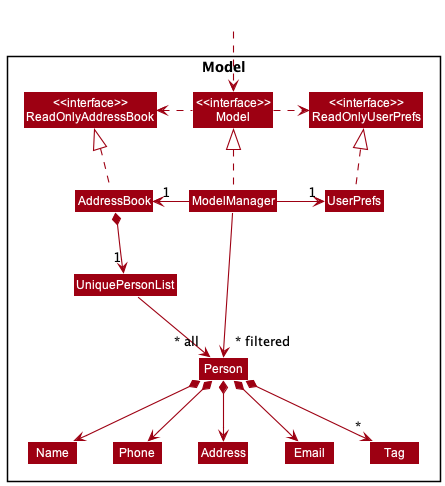
This is docs/images/ModelClassDiagram.png from nus-cs2103-AY2223S1/tp, a PlantUML export, as it was before one commit.
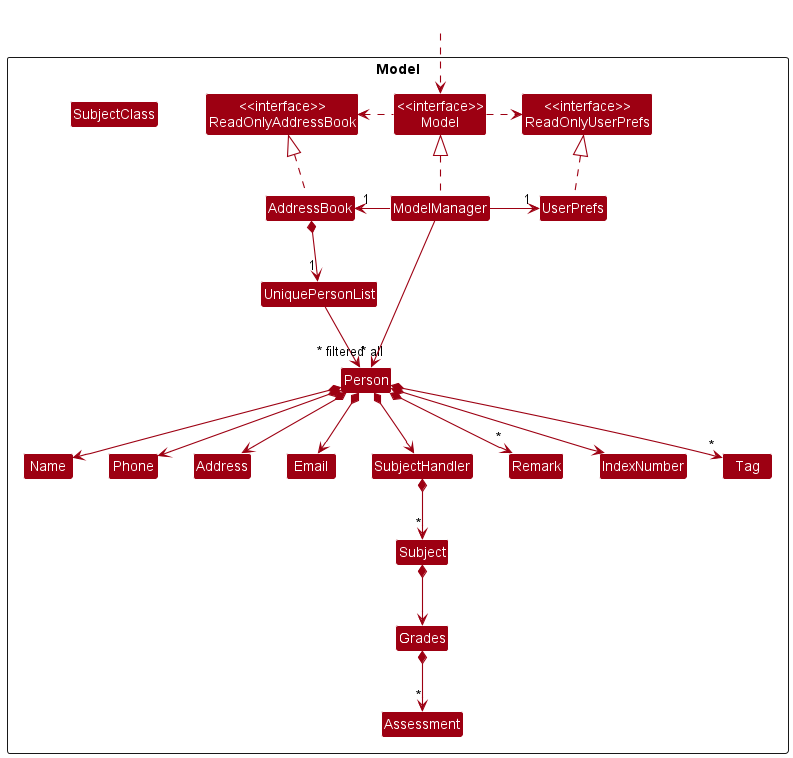
Later version of the same file.

The edit, as a diff of the source:
```diff
@@ -18,6 +18,13 @@
 Class Email
 Class Name
 Class Phone
+Class SubjectClass
+Class SubjectHandler
+Class Subject
+Class Grades
+Class Assessment
+Class Remark
+Class IndexNumber
 Class Tag
 
 }
@@ -40,6 +47,12 @@
 Person *--> Phone
 Person *--> Email
 Person *--> Address
+Person *--> SubjectHandler
+SubjectHandler *--> "*" Subject
+Subject *--> Grades
+Grades *--> "*" Assessment
+Person *--> "*" Remark
+Person *--> IndexNumber
 Person *--> "*" Tag
 
 Name -[hidden]right-> Phone
```
